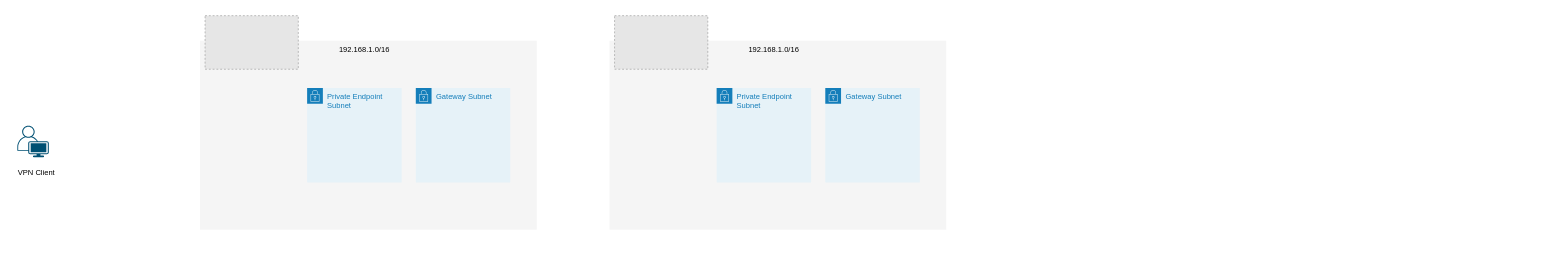
DevilKo0l/Azure-Setup-Collection keeps this draw.io diagram as Point to Site Architecture.drawio. Above is the earlier version. Source tidied: cells renumbered, new cells numbered last; positions are measured from the earlier drawing's top-left corner, leaving out a move shared by most shapes. Both pictures are drawn from the tidied source at 63%, with x=0, y=0 at pixel (11, 15). Pictures stored in the file or linked from it are replaced by grey dashed boxes.
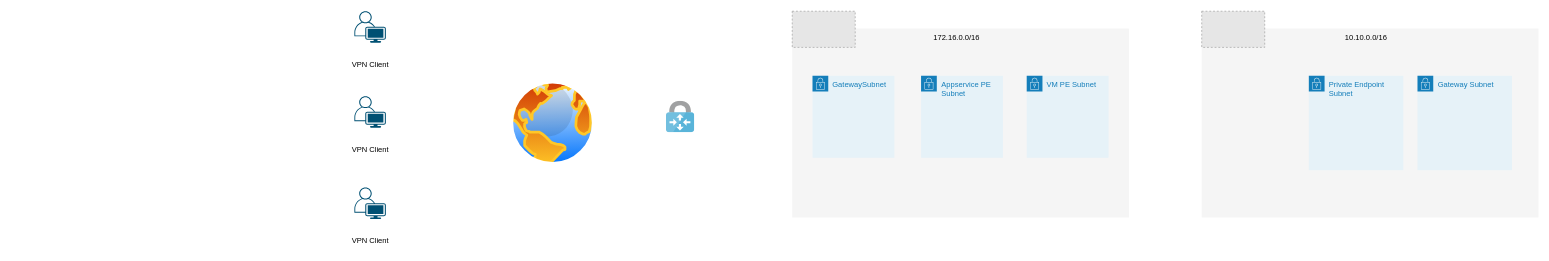
After the change.

The edit, as a diff of the source:
```diff
@@
     <mxCell id="2" style="rounded=0;whiteSpace=wrap;html=1;fillColor=#f5f5f5;strokeColor=none;fontColor=#333333;verticalAlign=top;" parent="1" vertex="1">
-      <mxGeometry x="950" y="40.1" width="534.5" height="300" as="geometry" />
+      <mxGeometry x="1890" y="20.8" width="534.5" height="300" as="geometry" />
     </mxCell>
-    <mxCell id="3" value="192.168.1.0/16" style="text;html=1;strokeColor=none;fillColor=none;align=center;verticalAlign=middle;whiteSpace=wrap;rounded=0;" parent="1" vertex="1">
-      <mxGeometry x="1120" y="40.1" width="182" height="30" as="geometry" />
+    <mxCell id="3" value="10.10.0.0/16" style="text;html=1;strokeColor=none;fillColor=none;align=center;verticalAlign=middle;whiteSpace=wrap;rounded=0;" parent="1" vertex="1">
+      <mxGeometry x="2060" y="20.8" width="182" height="30" as="geometry" />
     </mxCell>
     <mxCell id="4" value="Private Endpoint Subnet" style="gradientColor=none;html=1;whiteSpace=wrap;fontSize=12;fontStyle=0;shape=mxgraph.aws4.group;grIcon=mxgraph.aws4.group_security_group;grStroke=0;strokeColor=#147EBA;fillColor=#E6F2F8;verticalAlign=top;align=left;spacingLeft=30;fontColor=#147EBA;dashed=0;" parent="1" vertex="1">
-      <mxGeometry x="1120" y="115.1" width="150" height="150" as="geometry" />
+      <mxGeometry x="2060" y="95.8" width="150" height="150" as="geometry" />
     </mxCell>
     <mxCell id="5" value="Gateway Subnet" style="gradientColor=none;html=1;whiteSpace=wrap;fontSize=12;fontStyle=0;shape=mxgraph.aws4.group;grIcon=mxgraph.aws4.group_security_group;grStroke=0;strokeColor=#147EBA;fillColor=#E6F2F8;verticalAlign=top;align=left;spacingLeft=30;fontColor=#147EBA;dashed=0;" parent="1" vertex="1">
-      <mxGeometry x="1292.5" y="115.1" width="150" height="150" as="geometry" />
+      <mxGeometry x="2232.5" y="95.8" width="150" height="150" as="geometry" />
     </mxCell>
     <mxCell id="6" style="verticalLabelPosition=bottom;sketch=0;html=1;verticalAlign=top;align=center;shape=mxgraph.cisco19.user;fillColor=#005073;strokeColor=none;" parent="1" vertex="1">
-      <mxGeometry x="10" y="175.1" width="50" height="50" as="geometry" />
+      <mxGeometry x="545" y="-6.7" width="50" height="50" as="geometry" />
     </mxCell>
     <mxCell id="7" value="VPN Client" style="text;html=1;align=center;verticalAlign=middle;strokeColor=none;fillColor=none;" parent="1" vertex="1">
-      <mxGeometry y="235.1" width="80" height="30" as="geometry" />
+      <mxGeometry x="530" y="63.3" width="80" height="30" as="geometry" />
     </mxCell>
     <mxCell id="8" style="fillColor=#E6E6E6;strokeColor=#999999;dashed=1;verticalLabelPosition=bottom;labelBackgroundColor=#ffffff;verticalAlign=top;" parent="1" vertex="1">
-      <mxGeometry x="958" y="0.4" width="148" height="85" as="geometry" />
+      <mxGeometry x="1890" y="-6.7" width="100" height="57.4" as="geometry" />
     </mxCell>
     <mxCell id="9" style="rounded=0;whiteSpace=wrap;html=1;fillColor=#f5f5f5;strokeColor=none;fontColor=#333333;verticalAlign=top;" parent="1" vertex="1">
-      <mxGeometry x="300" y="40.1" width="534.5" height="300" as="geometry" />
+      <mxGeometry x="1240" y="20.8" width="534.5" height="300" as="geometry" />
     </mxCell>
-    <mxCell id="10" value="192.168.1.0/16" style="text;html=1;strokeColor=none;fillColor=none;align=center;verticalAlign=middle;whiteSpace=wrap;rounded=0;" parent="1" vertex="1">
-      <mxGeometry x="470" y="40.1" width="182" height="30" as="geometry" />
+    <mxCell id="10" value="172.16.0.0/16" style="text;html=1;strokeColor=none;fillColor=none;align=center;verticalAlign=middle;whiteSpace=wrap;rounded=0;" parent="1" vertex="1">
+      <mxGeometry x="1410" y="20.8" width="182" height="30" as="geometry" />
     </mxCell>
-    <mxCell id="11" value="Private Endpoint Subnet" style="gradientColor=none;html=1;whiteSpace=wrap;fontSize=12;fontStyle=0;shape=mxgraph.aws4.group;grIcon=mxgraph.aws4.group_security_group;grStroke=0;strokeColor=#147EBA;fillColor=#E6F2F8;verticalAlign=top;align=left;spacingLeft=30;fontColor=#147EBA;dashed=0;" parent="1" vertex="1">
-      <mxGeometry x="470" y="115.1" width="150" height="150" as="geometry" />
+    <mxCell id="11" value="GatewaySubnet" style="gradientColor=none;html=1;whiteSpace=wrap;fontSize=12;fontStyle=0;shape=mxgraph.aws4.group;grIcon=mxgraph.aws4.group_security_group;grStroke=0;strokeColor=#147EBA;fillColor=#E6F2F8;verticalAlign=top;align=left;spacingLeft=30;fontColor=#147EBA;dashed=0;" parent="1" vertex="1">
+      <mxGeometry x="1272.2" y="95.8" width="130" height="130" as="geometry" />
     </mxCell>
-    <mxCell id="12" value="Gateway Subnet" style="gradientColor=none;html=1;whiteSpace=wrap;fontSize=12;fontStyle=0;shape=mxgraph.aws4.group;grIcon=mxgraph.aws4.group_security_group;grStroke=0;strokeColor=#147EBA;fillColor=#E6F2F8;verticalAlign=top;align=left;spacingLeft=30;fontColor=#147EBA;dashed=0;" parent="1" vertex="1">
-      <mxGeometry x="642.5" y="115.1" width="150" height="150" as="geometry" />
+    <mxCell id="12" value="Appservice PE Subnet" style="gradientColor=none;html=1;whiteSpace=wrap;fontSize=12;fontStyle=0;shape=mxgraph.aws4.group;grIcon=mxgraph.aws4.group_security_group;grStroke=0;strokeColor=#147EBA;fillColor=#E6F2F8;verticalAlign=top;align=left;spacingLeft=30;fontColor=#147EBA;dashed=0;" parent="1" vertex="1">
+      <mxGeometry x="1444.5" y="95.8" width="130" height="130" as="geometry" />
     </mxCell>
     <mxCell id="13" style="fillColor=#E6E6E6;strokeColor=#999999;dashed=1;verticalLabelPosition=bottom;labelBackgroundColor=#ffffff;verticalAlign=top;" parent="1" vertex="1">
-      <mxGeometry x="308" y="0.4" width="148" height="85" as="geometry" />
+      <mxGeometry x="1240" y="-6.7" width="100" height="57.4" as="geometry" />
     </mxCell>
+    <mxCell id="14" style="image;perimeter=ellipsePerimeter;html=1;align=center;shadow=0;dashed=0;spacingTop=3;image=img/lib/active_directory/internet_globe.svg;" parent="1" vertex="1">
+      <mxGeometry x="790" y="100.8" width="140" height="140" as="geometry" />
+    </mxCell>
+    <mxCell id="15" style="verticalLabelPosition=bottom;sketch=0;html=1;verticalAlign=top;align=center;shape=mxgraph.cisco19.user;fillColor=#005073;strokeColor=none;" parent="1" vertex="1">
+      <mxGeometry x="545" y="128.1" width="50" height="50" as="geometry" />
+    </mxCell>
+    <mxCell id="16" value="VPN Client" style="text;html=1;align=center;verticalAlign=middle;strokeColor=none;fillColor=none;" parent="1" vertex="1">
+      <mxGeometry x="530" y="198.1" width="80" height="30" as="geometry" />
+    </mxCell>
+    <mxCell id="17" style="verticalLabelPosition=bottom;sketch=0;html=1;verticalAlign=top;align=center;shape=mxgraph.cisco19.user;fillColor=#005073;strokeColor=none;" parent="1" vertex="1">
+      <mxGeometry x="545" y="273.3" width="50" height="50" as="geometry" />
+    </mxCell>
+    <mxCell id="18" value="VPN Client" style="text;html=1;align=center;verticalAlign=middle;strokeColor=none;fillColor=none;" parent="1" vertex="1">
+      <mxGeometry x="530" y="343.3" width="80" height="30" as="geometry" />
+    </mxCell>
+    <mxCell id="19" style="image;sketch=0;html=1;align=center;fontSize=12;image=img/lib/mscae/VPN_Gateway.svg;" parent="1" vertex="1">
+      <mxGeometry x="1040" y="135.8" width="45" height="50" as="geometry" />
+    </mxCell>
+    <mxCell id="20" value="VM PE Subnet" style="gradientColor=none;html=1;whiteSpace=wrap;fontSize=12;fontStyle=0;shape=mxgraph.aws4.group;grIcon=mxgraph.aws4.group_security_group;grStroke=0;strokeColor=#147EBA;fillColor=#E6F2F8;verticalAlign=top;align=left;spacingLeft=30;fontColor=#147EBA;dashed=0;" parent="1" vertex="1">
+      <mxGeometry x="1612.2" y="95.8" width="130" height="130" as="geometry" />
+    </mxCell>
```
